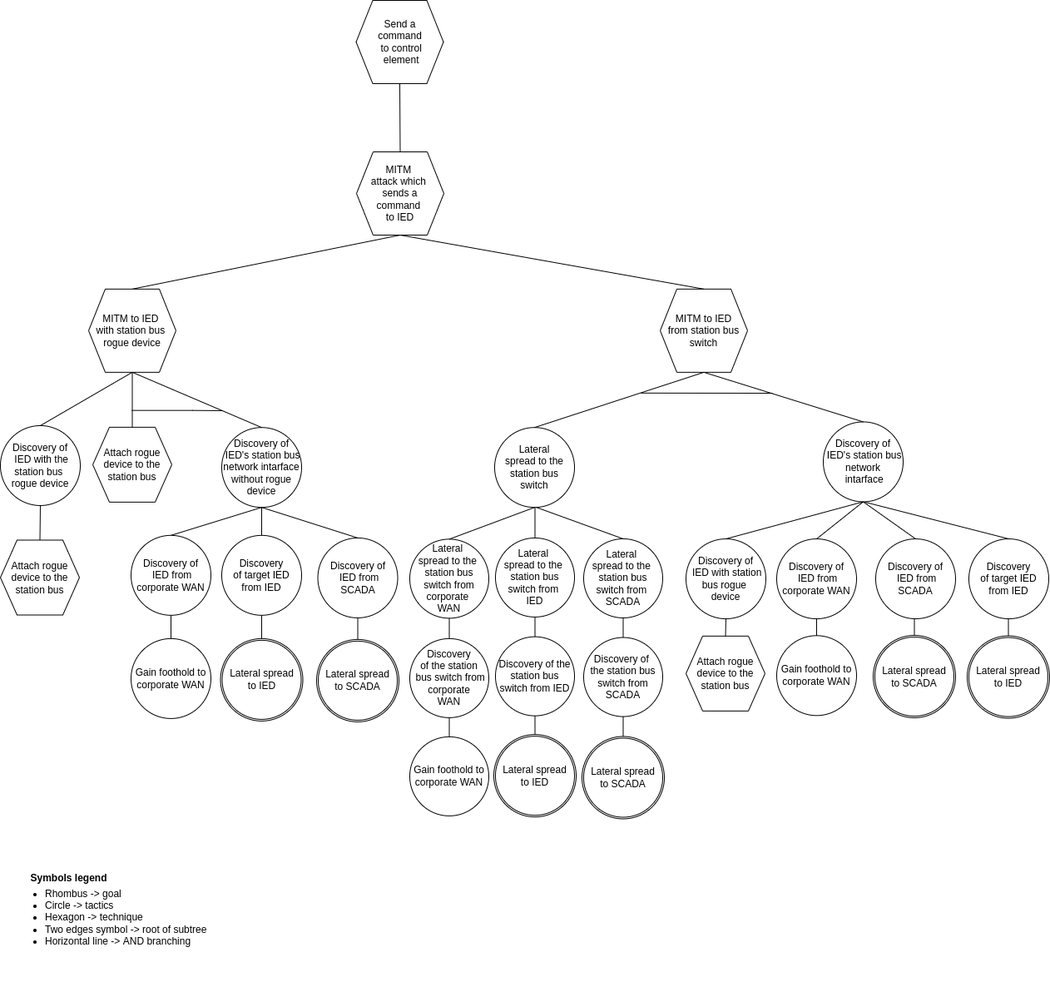
The draw.io diagram drawIO_trees/solution_5_3.drawio.png in mihaelM/Attack_trees, before a commit. Source tidied: cells renumbered, new cells last; positions are measured from the earlier drawing's top-left corner, leaving out a move shared by most shapes.
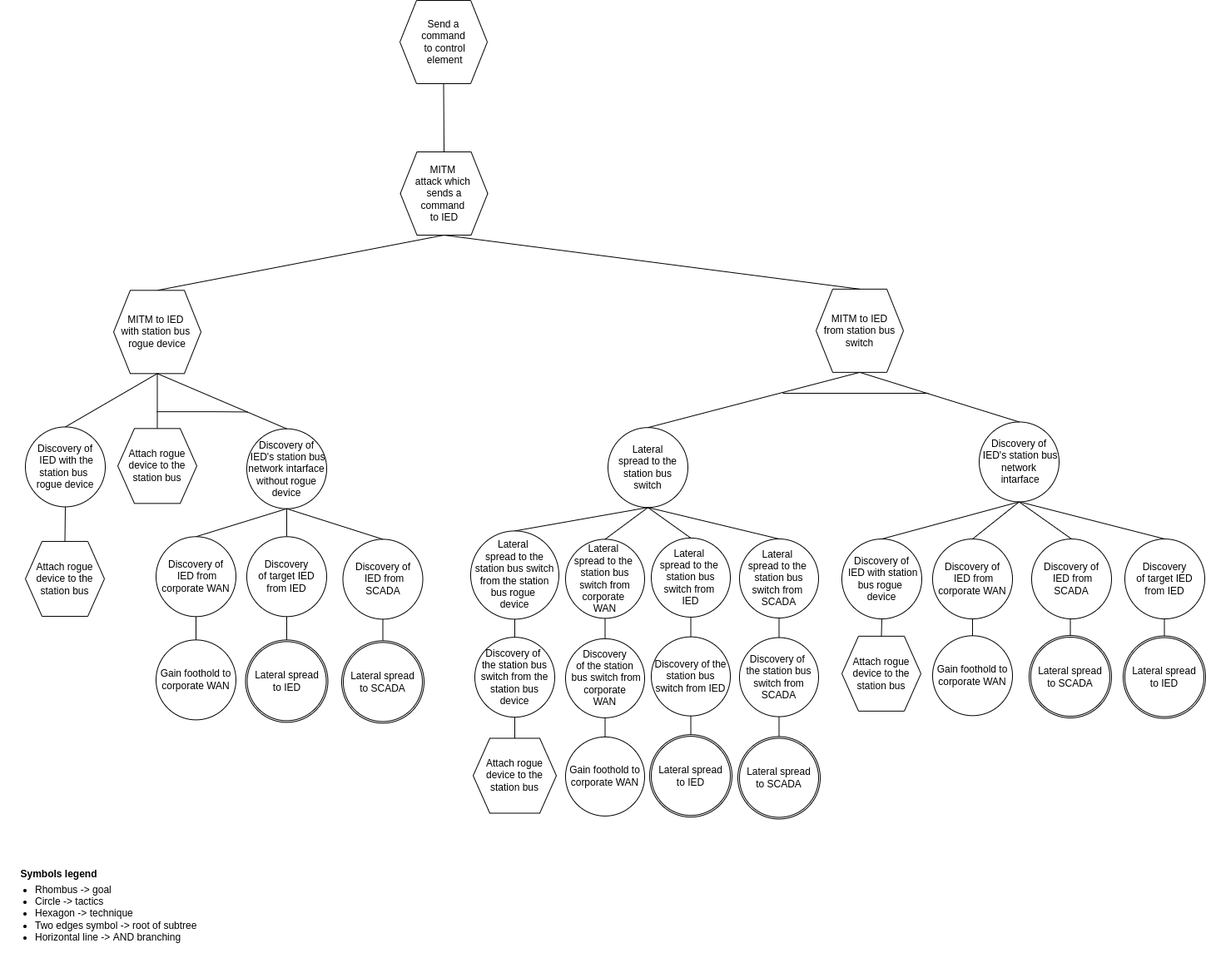
Above is the later version.

What changed in the source:
```diff
@@ -6,22 +6,22 @@
       <mxGeometry relative="1" as="geometry" />
     </mxCell>
     <mxCell id="3" value="&lt;span style=&quot;font-family: &amp;#34;helvetica&amp;#34;&quot;&gt;Send a&lt;/span&gt;&lt;br style=&quot;font-family: &amp;#34;helvetica&amp;#34;&quot;&gt;&lt;span style=&quot;font-family: &amp;#34;helvetica&amp;#34;&quot;&gt;command&lt;/span&gt;&lt;br style=&quot;font-family: &amp;#34;helvetica&amp;#34;&quot;&gt;&lt;span style=&quot;font-family: &amp;#34;helvetica&amp;#34;&quot;&gt;&amp;nbsp;to control&lt;/span&gt;&lt;br style=&quot;font-family: &amp;#34;helvetica&amp;#34;&quot;&gt;&lt;span style=&quot;font-family: &amp;#34;helvetica&amp;#34;&quot;&gt;&amp;nbsp;element&lt;/span&gt;" style="shape=hexagon;perimeter=hexagonPerimeter2;whiteSpace=wrap;html=1;fixedSize=1;" parent="1" vertex="1">
-      <mxGeometry x="427.5" width="105" height="100" as="geometry" />
+      <mxGeometry x="293" width="105" height="100" as="geometry" />
     </mxCell>
     <mxCell id="4" value="MITM &lt;br&gt;attack which &lt;br&gt;sends a&lt;br&gt;command &lt;br&gt;to&amp;nbsp;IED" style="shape=hexagon;perimeter=hexagonPerimeter2;whiteSpace=wrap;html=1;fixedSize=1;size=20;" parent="1" vertex="1">
-      <mxGeometry x="428" y="182" width="105" height="100" as="geometry" />
+      <mxGeometry x="293.5" y="182" width="105" height="100" as="geometry" />
     </mxCell>
     <mxCell id="5" value="Attach rogue device to the station bus" style="shape=hexagon;perimeter=hexagonPerimeter2;whiteSpace=wrap;html=1;fixedSize=1;" parent="1" vertex="1">
-      <mxGeometry y="648.5" width="95" height="90" as="geometry" />
+      <mxGeometry x="-157" y="650" width="95" height="90" as="geometry" />
     </mxCell>
     <mxCell id="6" value="Discovery of&lt;br&gt;&amp;nbsp;IED with the station bus &lt;br&gt;rogue&amp;nbsp;device" style="ellipse;whiteSpace=wrap;html=1;" parent="1" vertex="1">
-      <mxGeometry y="511" width="96" height="96" as="geometry" />
+      <mxGeometry x="-157" y="512.4" width="96" height="96" as="geometry" />
     </mxCell>
     <mxCell id="7" style="endArrow=none;html=1;rounded=0;exitX=0.5;exitY=1;exitDx=0;exitDy=0;entryX=0.5;entryY=0;entryDx=0;entryDy=0;" parent="1" edge="1" source="6" target="5">
       <mxGeometry relative="1" as="geometry" />
     </mxCell>
     <mxCell id="8" value="Lateral&lt;br&gt;&amp;nbsp;spread to the&amp;nbsp;&lt;br&gt;station bus switch" style="ellipse;whiteSpace=wrap;html=1;" parent="1" vertex="1">
-      <mxGeometry x="594" y="513.2" width="96" height="96" as="geometry" />
+      <mxGeometry x="543" y="513.2" width="96" height="96" as="geometry" />
     </mxCell>
     <mxCell id="9" style="endArrow=none;html=1;rounded=0;exitX=0.5;exitY=0;exitDx=0;exitDy=0;entryX=0.5;entryY=1;entryDx=0;entryDy=0;" parent="1" edge="1" source="4" target="3">
       <mxGeometry relative="1" as="geometry" />
@@ -45,7 +45,7 @@
       <mxGeometry relative="1" as="geometry" />
     </mxCell>
     <mxCell id="16" value="MITM to IED &lt;br&gt;with station bus &lt;br&gt;rogue device" style="shape=hexagon;perimeter=hexagonPerimeter2;whiteSpace=wrap;html=1;fixedSize=1;" parent="1" vertex="1">
-      <mxGeometry x="106" y="346.9" width="105" height="100" as="geometry" />
+      <mxGeometry x="-51" y="348.3" width="105" height="100" as="geometry" />
     </mxCell>
     <mxCell id="17" style="endArrow=none;html=1;rounded=0;exitX=0.5;exitY=1;exitDx=0;exitDy=0;entryX=0.5;entryY=0;entryDx=0;entryDy=0;" parent="1" edge="1" source="16" target="6">
       <mxGeometry relative="1" as="geometry" />
@@ -112,15 +112,11 @@
     <mxCell id="37" style="endArrow=none;html=1;rounded=0;entryX=0.5;entryY=0;entryDx=0;entryDy=0;exitX=0.5;exitY=1;exitDx=0;exitDy=0;" parent="1" edge="1" source="36" target="35">
       <mxGeometry relative="1" as="geometry" />
     </mxCell>
-    <mxCell id="38" style="endArrow=none;html=1;rounded=0;entryX=0.5;entryY=0;entryDx=0;entryDy=0;exitX=0.5;exitY=1;exitDx=0;exitDy=0;" parent="1" edge="1" target="36">
-      <mxGeometry relative="1" as="geometry">
-        <mxPoint x="642.5" y="609.2" as="sourcePoint" />
-      </mxGeometry>
+    <mxCell id="38" style="endArrow=none;html=1;rounded=0;entryX=0.5;entryY=0;entryDx=0;entryDy=0;exitX=0.5;exitY=1;exitDx=0;exitDy=0;" parent="1" edge="1" source="8" target="36">
+      <mxGeometry relative="1" as="geometry" />
     </mxCell>
-    <mxCell id="39" style="endArrow=none;html=1;rounded=0;entryX=0.5;entryY=0;entryDx=0;entryDy=0;" parent="1" edge="1" target="40">
-      <mxGeometry relative="1" as="geometry">
-        <mxPoint x="644" y="609.1" as="sourcePoint" />
-      </mxGeometry>
+    <mxCell id="39" style="endArrow=none;html=1;rounded=0;entryX=0.5;entryY=0;entryDx=0;entryDy=0;exitX=0.5;exitY=1;exitDx=0;exitDy=0;" parent="1" edge="1" source="8" target="40">
+      <mxGeometry relative="1" as="geometry" />
     </mxCell>
     <mxCell id="40" value="Lateral &lt;br&gt;spread to the&amp;nbsp;&lt;br&gt;station bus switch from &lt;br&gt;SCADA" style="ellipse;whiteSpace=wrap;html=1;" parent="1" vertex="1">
       <mxGeometry x="701" y="647" width="95" height="95" as="geometry" />
@@ -141,46 +137,46 @@
     </mxCell>
     <mxCell id="45" style="endArrow=none;html=1;rounded=0;" parent="1" edge="1">
       <mxGeometry relative="1" as="geometry">
-        <mxPoint x="770" y="471.8" as="sourcePoint" />
+        <mxPoint x="753" y="472" as="sourcePoint" />
         <mxPoint x="928" y="472" as="targetPoint" />
       </mxGeometry>
     </mxCell>
     <mxCell id="46" value="Gain foothold to corporate WAN" style="ellipse;whiteSpace=wrap;html=1;" parent="1" vertex="1">
-      <mxGeometry x="157" y="766.9" width="96" height="96" as="geometry" />
+      <mxGeometry y="768.4" width="96" height="96" as="geometry" />
     </mxCell>
     <mxCell id="47" style="endArrow=none;html=1;rounded=0;exitX=0.5;exitY=0;exitDx=0;exitDy=0;entryX=0.5;entryY=1;entryDx=0;entryDy=0;" parent="1" edge="1" source="50" target="48">
       <mxGeometry relative="1" as="geometry" />
     </mxCell>
     <mxCell id="48" value="Discovery of&lt;br&gt;&amp;nbsp;IED's station bus network intarface without rogue device" style="ellipse;whiteSpace=wrap;html=1;" parent="1" vertex="1">
-      <mxGeometry x="266" y="513.2" width="96" height="96" as="geometry" />
+      <mxGeometry x="109" y="514.7" width="96" height="96" as="geometry" />
     </mxCell>
     <mxCell id="49" style="endArrow=none;html=1;rounded=0;exitX=0.5;exitY=1;exitDx=0;exitDy=0;entryX=0.5;entryY=0;entryDx=0;entryDy=0;" parent="1" edge="1" source="16" target="48">
       <mxGeometry relative="1" as="geometry" />
     </mxCell>
     <mxCell id="50" value="Discovery of&lt;br&gt;&amp;nbsp;IED from corporate WAN" style="ellipse;whiteSpace=wrap;html=1;" parent="1" vertex="1">
-      <mxGeometry x="157" y="642.8" width="96" height="96" as="geometry" />
+      <mxGeometry y="644.3" width="96" height="96" as="geometry" />
     </mxCell>
     <mxCell id="51" style="endArrow=none;html=1;rounded=0;exitX=0.5;exitY=0;exitDx=0;exitDy=0;entryX=0.5;entryY=1;entryDx=0;entryDy=0;" parent="1" edge="1" source="58" target="48">
       <mxGeometry relative="1" as="geometry" />
     </mxCell>
     <mxCell id="52" value="Discovery of&lt;br&gt;&amp;nbsp;IED from SCADA" style="ellipse;whiteSpace=wrap;html=1;" parent="1" vertex="1">
-      <mxGeometry x="381.5" y="645.9" width="96" height="96" as="geometry" />
+      <mxGeometry x="224.5" y="647.4" width="96" height="96" as="geometry" />
     </mxCell>
     <mxCell id="53" style="endArrow=none;html=1;rounded=0;exitX=0.5;exitY=0;exitDx=0;exitDy=0;entryX=0.5;entryY=1;entryDx=0;entryDy=0;" parent="1" edge="1" source="52" target="48">
       <mxGeometry relative="1" as="geometry" />
     </mxCell>
     <mxCell id="54" value="Attach rogue device to the station bus" style="shape=hexagon;perimeter=hexagonPerimeter2;whiteSpace=wrap;html=1;fixedSize=1;" parent="1" vertex="1">
-      <mxGeometry x="111" y="512.9" width="95" height="90" as="geometry" />
+      <mxGeometry x="-46" y="514.3" width="95" height="90" as="geometry" />
     </mxCell>
     <mxCell id="55" style="endArrow=none;html=1;rounded=0;entryX=0.5;entryY=0;entryDx=0;entryDy=0;exitX=0.5;exitY=1;exitDx=0;exitDy=0;" parent="1" edge="1" source="16" target="54">
       <mxGeometry relative="1" as="geometry" />
     </mxCell>
     <mxCell id="56" style="endArrow=none;html=1;rounded=0;" parent="1" edge="1">
       <mxGeometry relative="1" as="geometry">
-        <mxPoint x="158" y="492.7" as="sourcePoint" />
-        <mxPoint x="267" y="493" as="targetPoint" />
+        <mxPoint x="1" y="494.1" as="sourcePoint" />
+        <mxPoint x="110" y="494.5" as="targetPoint" />
         <Array as="points">
-          <mxPoint x="231" y="492.7" />
+          <mxPoint x="74" y="494.1" />
         </Array>
       </mxGeometry>
     </mxCell>
@@ -188,33 +184,33 @@
       <mxGeometry relative="1" as="geometry" />
     </mxCell>
     <mxCell id="58" value="Discovery&lt;br&gt;of target IED from IED" style="ellipse;whiteSpace=wrap;html=1;" parent="1" vertex="1">
-      <mxGeometry x="266" y="642.8" width="96" height="96" as="geometry" />
+      <mxGeometry x="109" y="644.3" width="96" height="96" as="geometry" />
     </mxCell>
     <mxCell id="59" style="endArrow=none;html=1;rounded=0;exitX=0.5;exitY=1;exitDx=0;exitDy=0;entryX=0.5;entryY=0;entryDx=0;entryDy=0;" parent="1" edge="1" source="50" target="46">
       <mxGeometry relative="1" as="geometry" />
     </mxCell>
     <mxCell id="60" value="&lt;font style=&quot;font-size: 12px&quot;&gt;Symbols legend&lt;/font&gt;" style="text;strokeColor=none;fillColor=none;html=1;fontSize=24;fontStyle=1;verticalAlign=middle;align=center;" parent="1" vertex="1">
-      <mxGeometry x="32" y="1031" width="100" height="40" as="geometry" />
+      <mxGeometry x="-167" y="1026" width="100" height="40" as="geometry" />
     </mxCell>
     <mxCell id="61" value="&lt;ul&gt;&lt;li&gt;&lt;span&gt;Rhombus -&amp;gt; goal&lt;/span&gt;&lt;/li&gt;&lt;li&gt;&lt;span&gt;Circle -&amp;gt; tactics&lt;/span&gt;&lt;br&gt;&lt;/li&gt;&lt;li&gt;Hexagon -&amp;gt; technique&lt;/li&gt;&lt;li&gt;Two edges symbol -&amp;gt; root of subtree&lt;/li&gt;&lt;li&gt;Horizontal line -&amp;gt; AND branching&lt;/li&gt;&lt;/ul&gt;" style="text;strokeColor=none;fillColor=none;html=1;whiteSpace=wrap;verticalAlign=middle;overflow=hidden;fontSize=12;" parent="1" vertex="1">
-      <mxGeometry x="12" y="1025" width="256" height="154" as="geometry" />
+      <mxGeometry x="-187" y="1020" width="256" height="154" as="geometry" />
     </mxCell>
     <mxCell id="62" style="endArrow=none;html=1;rounded=0;startArrow=none;" parent="1" edge="1" target="64">
       <mxGeometry relative="1" as="geometry">
-        <mxPoint x="314" y="738.8" as="sourcePoint" />
+        <mxPoint x="157" y="740.3" as="sourcePoint" />
       </mxGeometry>
     </mxCell>
     <mxCell id="63" style="ellipse;whiteSpace=wrap;html=1;" parent="1" vertex="1">
-      <mxGeometry x="264.5" y="766.9" width="99" height="99" as="geometry" />
+      <mxGeometry x="107.5" y="768.4" width="99" height="99" as="geometry" />
     </mxCell>
     <mxCell id="64" value="Lateral spread&lt;br&gt;to IED" style="ellipse;whiteSpace=wrap;html=1;" parent="1" vertex="1">
-      <mxGeometry x="266.5" y="768.9" width="95" height="95" as="geometry" />
+      <mxGeometry x="109.5" y="770.4" width="95" height="95" as="geometry" />
     </mxCell>
     <mxCell id="65" style="ellipse;whiteSpace=wrap;html=1;" parent="1" vertex="1">
-      <mxGeometry x="380" y="767.9" width="99" height="99" as="geometry" />
+      <mxGeometry x="223" y="769.4" width="99" height="99" as="geometry" />
     </mxCell>
     <mxCell id="66" value="Lateral spread&lt;br&gt;to SCADA" style="ellipse;whiteSpace=wrap;html=1;" parent="1" vertex="1">
-      <mxGeometry x="382" y="769.9" width="95" height="95" as="geometry" />
+      <mxGeometry x="225" y="771.4" width="95" height="95" as="geometry" />
     </mxCell>
     <mxCell id="67" style="ellipse;whiteSpace=wrap;html=1;" parent="1" vertex="1">
       <mxGeometry x="593" y="882.1" width="99" height="99" as="geometry" />
@@ -252,5 +248,23 @@
     <mxCell id="76" value="Lateral spread&lt;br&gt;to SCADA" style="ellipse;whiteSpace=wrap;html=1;" parent="1" vertex="1">
       <mxGeometry x="1051" y="765" width="95" height="95" as="geometry" />
     </mxCell>
+    <mxCell id="77" style="endArrow=none;html=1;rounded=0;entryX=0.5;entryY=0;entryDx=0;entryDy=0;exitX=0.5;exitY=1;exitDx=0;exitDy=0;" parent="1" edge="1" source="8" target="78">
+      <mxGeometry relative="1" as="geometry" />
+    </mxCell>
+    <mxCell id="78" value="Lateral &lt;br&gt;spread to the station bus switch from the station bus rogue &lt;br&gt;device" style="ellipse;whiteSpace=wrap;html=1;" parent="1" vertex="1">
+      <mxGeometry x="378" y="637.4" width="106" height="106" as="geometry" />
+    </mxCell>
+    <mxCell id="79" value="Discovery of &lt;br&gt;the station bus switch from the station bus device" style="ellipse;whiteSpace=wrap;html=1;" parent="1" vertex="1">
+      <mxGeometry x="383" y="765.1" width="96" height="96" as="geometry" />
+    </mxCell>
+    <mxCell id="80" value="Attach rogue device to the station bus" style="shape=hexagon;perimeter=hexagonPerimeter2;whiteSpace=wrap;html=1;fixedSize=1;" parent="1" vertex="1">
+      <mxGeometry x="381" y="886.5" width="100" height="90" as="geometry" />
+    </mxCell>
+    <mxCell id="81" style="endArrow=none;html=1;rounded=0;entryX=0.5;entryY=1;entryDx=0;entryDy=0;" parent="1" edge="1" source="80" target="79">
+      <mxGeometry relative="1" as="geometry" />
+    </mxCell>
+    <mxCell id="82" style="endArrow=none;html=1;rounded=0;exitX=0.5;exitY=0;exitDx=0;exitDy=0;entryX=0.5;entryY=1;entryDx=0;entryDy=0;" parent="1" edge="1" source="79" target="78">
+      <mxGeometry relative="1" as="geometry" />
+    </mxCell>
   </root>
 </mxGraphModel>
```
